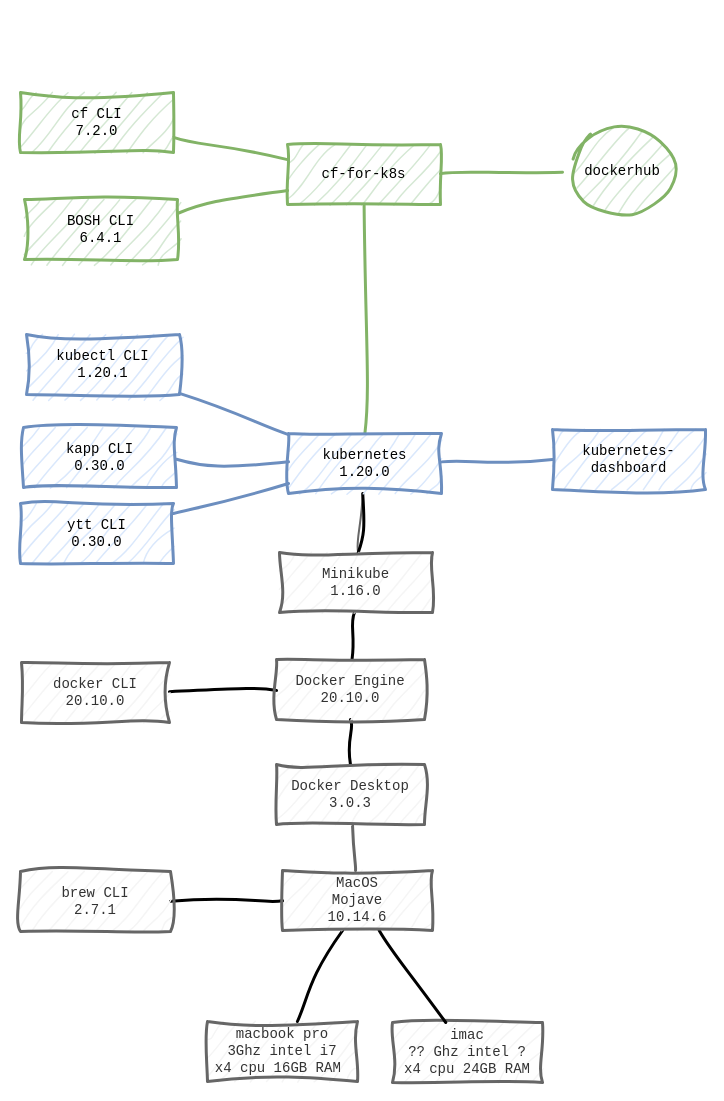
Above: page "STACK" (1 of 2) of docs/diagrams.drawio in pauldougan/cf4k8s-local (draw.io), before the change. Source tidied: cells renumbered, new cells numbered last; positions are measured from the earlier drawing's top-left corner, leaving out a move shared by most shapes. Both pictures are drawn from the tidied source at 100%, with x=0, y=0 at pixel (20, 92).
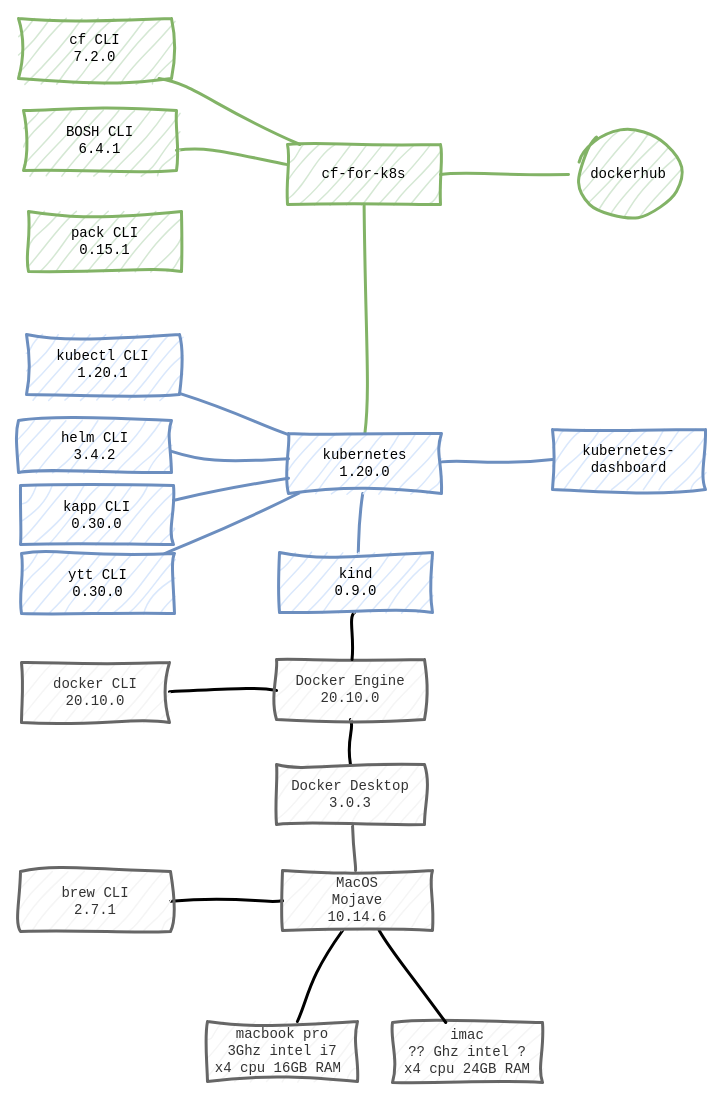
The same diagram, later.

Commit message (it also covers changes not shown here):
add helm and pack

Unchanged cells that the change refers to:
```xml
<mxCell id="16" value="Docker Engine&lt;br&gt;20.10.0" style="rounded=0;whiteSpace=wrap;html=1;sketch=1;jiggle=3;disableMultiStroke=1;disableMultiStrokeFill=1;fontFamily=Courier;strokeWidth=3;fontSize=14;fillColor=#f5f5f5;strokeColor=#666666;fontColor=#333333;" parent="10" vertex="1">
  <mxGeometry x="256" y="567" width="148" height="60" as="geometry" />
</mxCell>
<mxCell id="26" value="kubernetes&lt;br&gt;1.20.0" style="rounded=0;whiteSpace=wrap;html=1;sketch=1;jiggle=3;disableMultiStroke=1;disableMultiStrokeFill=1;fontFamily=Courier;strokeWidth=3;fontSize=14;fillColor=#dae8fc;strokeColor=#6c8ebf;" parent="22" vertex="1">
  <mxGeometry x="268" y="341" width="153" height="60" as="geometry" />
</mxCell>
<mxCell id="38" value="cf-for-k8s" style="rounded=0;whiteSpace=wrap;html=1;sketch=1;jiggle=3;disableMultiStroke=1;disableMultiStrokeFill=1;fontFamily=Courier;strokeWidth=3;fontSize=14;fillColor=#d5e8d4;strokeColor=#82b366;" parent="33" vertex="1">
  <mxGeometry x="267" y="52" width="153" height="60" as="geometry" />
</mxCell>
```

The edit, as a diff of the source:
```diff
@@
-    <mxCell id="12" style="edgeStyle=none;rounded=0;sketch=1;jiggle=3;disableMultiStroke=1;disableMultiStrokeFill=1;jettySize=auto;html=1;endArrow=none;endFill=0;strokeWidth=3;fontFamily=Courier;fontSize=14;" parent="10" edge="1" source="21" target="16">
-      <mxGeometry relative="1" as="geometry" />
-    </mxCell>
@@
-    <mxCell id="18" parent="0" />
-    <mxCell id="19" style="edgeStyle=none;rounded=0;sketch=1;jiggle=3;disableMultiStroke=1;disableMultiStrokeFill=1;jettySize=auto;html=1;endArrow=none;endFill=0;fontFamily=Courier;fontSize=14;strokeWidth=2;fillColor=#f5f5f5;strokeColor=#666666;" parent="18" edge="1" source="21" target="26">
-      <mxGeometry relative="1" as="geometry" />
-    </mxCell>
-    <mxCell id="20" style="edgeStyle=none;rounded=0;sketch=1;jiggle=3;disableMultiStroke=1;disableMultiStrokeFill=1;jettySize=auto;html=1;endArrow=none;endFill=0;strokeWidth=3;fontFamily=Courier;fontSize=14;" parent="18" edge="1" source="21" target="26">
-      <mxGeometry relative="1" as="geometry" />
-    </mxCell>
-    <mxCell id="21" value="Minikube&lt;br&gt;1.16.0" style="rounded=0;whiteSpace=wrap;html=1;sketch=1;jiggle=3;disableMultiStroke=1;disableMultiStrokeFill=1;fontFamily=Courier;strokeWidth=3;fontSize=14;fillColor=#f5f5f5;strokeColor=#666666;fontColor=#333333;" parent="18" vertex="1">
-      <mxGeometry x="259" y="460" width="153" height="60" as="geometry" />
-    </mxCell>
+    <mxCell id="41" parent="0" />
+    <mxCell id="42" style="edgeStyle=none;rounded=0;sketch=1;jiggle=3;disableMultiStroke=1;disableMultiStrokeFill=1;jettySize=auto;html=1;endArrow=none;endFill=0;fontFamily=Courier;fontSize=14;strokeWidth=2;fillColor=#f5f5f5;strokeColor=#666666;" parent="41" edge="1" source="45">
+      <mxGeometry relative="1" as="geometry" />
+    </mxCell>
+    <mxCell id="43" style="edgeStyle=none;rounded=0;sketch=1;jiggle=3;disableMultiStroke=1;disableMultiStrokeFill=1;jettySize=auto;html=1;endArrow=none;endFill=0;strokeWidth=3;fontFamily=Courier;fontSize=14;fillColor=#dae8fc;strokeColor=#6c8ebf;" parent="41" edge="1" source="45" target="26">
+      <mxGeometry relative="1" as="geometry" />
+    </mxCell>
+    <mxCell id="44" style="edgeStyle=none;rounded=0;sketch=1;jiggle=3;disableMultiStroke=1;disableMultiStrokeFill=1;jettySize=auto;html=1;endArrow=none;endFill=0;strokeWidth=3;fontFamily=Courier;fontSize=14;" parent="41" edge="1" source="45" target="16">
+      <mxGeometry relative="1" as="geometry" />
+    </mxCell>
+    <mxCell id="45" value="kind&lt;br&gt;0.9.0" style="rounded=0;whiteSpace=wrap;html=1;sketch=1;jiggle=3;disableMultiStroke=1;disableMultiStrokeFill=1;fontFamily=Courier;strokeWidth=3;fontSize=14;fillColor=#dae8fc;strokeColor=#6c8ebf;" parent="41" vertex="1">
+      <mxGeometry x="259" y="460" width="153" height="60" as="geometry" />
+    </mxCell>
+    <mxCell id="46" style="edgeStyle=none;rounded=0;sketch=1;jiggle=3;disableMultiStroke=1;disableMultiStrokeFill=1;jettySize=auto;html=1;endArrow=none;endFill=0;strokeWidth=3;fontFamily=Courier;fontSize=14;fillColor=#dae8fc;strokeColor=#6c8ebf;" parent="41" edge="1" source="47" target="26">
+      <mxGeometry relative="1" as="geometry" />
+    </mxCell>
@@
     <mxCell id="28" value="ytt CLI&lt;br&gt;0.30.0" style="rounded=0;whiteSpace=wrap;html=1;sketch=1;jiggle=3;disableMultiStroke=1;disableMultiStrokeFill=1;fontFamily=Courier;strokeWidth=3;fontSize=14;fillColor=#dae8fc;strokeColor=#6c8ebf;" parent="22" vertex="1">
-      <mxGeometry y="411" width="153" height="60" as="geometry" />
+      <mxGeometry x="1" y="461" width="153" height="60" as="geometry" />
     </mxCell>
@@
-    <mxCell id="30" value="kapp CLI&lt;br&gt;0.30.0" style="rounded=0;whiteSpace=wrap;html=1;sketch=1;jiggle=3;disableMultiStroke=1;disableMultiStrokeFill=1;fontFamily=Courier;strokeWidth=3;fontSize=14;fillColor=#dae8fc;strokeColor=#6c8ebf;" parent="22" vertex="1">
-      <mxGeometry x="3" y="335" width="153" height="60" as="geometry" />
-    </mxCell>
@@
+    <mxCell id="30" value="helm CLI&lt;br&gt;3.4.2&lt;br&gt;" style="rounded=0;whiteSpace=wrap;html=1;sketch=1;jiggle=3;disableMultiStroke=1;disableMultiStrokeFill=1;fontFamily=Courier;strokeWidth=3;fontSize=14;fillColor=#dae8fc;strokeColor=#6c8ebf;" parent="22" vertex="1">
+      <mxGeometry x="-2" y="328" width="153" height="52" as="geometry" />
+    </mxCell>
+    <mxCell id="47" value="kapp CLI&lt;br&gt;0.30.0" style="rounded=0;whiteSpace=wrap;html=1;sketch=1;jiggle=3;disableMultiStroke=1;disableMultiStrokeFill=1;fontFamily=Courier;strokeWidth=3;fontSize=14;fillColor=#dae8fc;strokeColor=#6c8ebf;" parent="22" vertex="1">
+      <mxGeometry y="393" width="153" height="59" as="geometry" />
+    </mxCell>
@@
-    <mxCell id="35" style="edgeStyle=none;rounded=0;sketch=1;jiggle=3;disableMultiStroke=1;disableMultiStrokeFill=1;jettySize=auto;html=1;endArrow=none;endFill=0;strokeWidth=3;fontFamily=Courier;fontSize=14;fillColor=#d5e8d4;strokeColor=#82b366;" parent="33" edge="1" source="36" target="38">
-      <mxGeometry relative="1" as="geometry" />
-    </mxCell>
-    <mxCell id="36" value="cf CLI&lt;br&gt;7.2.0" style="rounded=0;whiteSpace=wrap;html=1;sketch=1;jiggle=3;disableMultiStroke=1;disableMultiStrokeFill=1;fontFamily=Courier;strokeWidth=3;fontSize=14;fillColor=#d5e8d4;strokeColor=#82b366;" parent="33" vertex="1">
-      <mxGeometry width="153" height="60" as="geometry" />
-    </mxCell>
@@
     <mxCell id="39" value="BOSH CLI&lt;br&gt;6.4.1" style="rounded=0;whiteSpace=wrap;html=1;sketch=1;jiggle=3;disableMultiStroke=1;disableMultiStrokeFill=1;fontFamily=Courier;strokeWidth=3;fontSize=14;fillColor=#d5e8d4;strokeColor=#82b366;" parent="33" vertex="1">
-      <mxGeometry x="4" y="107" width="153" height="60" as="geometry" />
+      <mxGeometry x="3" y="18" width="153" height="60" as="geometry" />
     </mxCell>
     <mxCell id="40" value="dockerhub" style="ellipse;whiteSpace=wrap;html=1;sketch=1;jiggle=3;disableMultiStroke=1;disableMultiStrokeFill=1;strokeWidth=3;fontFamily=Courier;fontSize=14;fillColor=#d5e8d4;strokeColor=#82b366;" parent="33" vertex="1">
-      <mxGeometry x="542" y="39" width="120" height="80" as="geometry" />
+      <mxGeometry x="548" y="42" width="120" height="80" as="geometry" />
     </mxCell>
+    <mxCell id="36" value="pack CLI&lt;br&gt;0.15.1" style="rounded=0;whiteSpace=wrap;html=1;sketch=1;jiggle=3;disableMultiStroke=1;disableMultiStrokeFill=1;fontFamily=Courier;strokeWidth=3;fontSize=14;fillColor=#d5e8d4;strokeColor=#82b366;" parent="33" vertex="1">
+      <mxGeometry x="8" y="119" width="153" height="60" as="geometry" />
+    </mxCell>
+    <mxCell id="48" style="edgeStyle=none;rounded=0;sketch=1;jiggle=3;disableMultiStroke=1;disableMultiStrokeFill=1;jettySize=auto;html=1;endArrow=none;endFill=0;strokeWidth=3;fontFamily=Courier;fontSize=14;fillColor=#d5e8d4;strokeColor=#82b366;" parent="33" edge="1" source="49" target="38">
+      <mxGeometry relative="1" as="geometry" />
+    </mxCell>
+    <mxCell id="49" value="cf CLI&lt;br&gt;7.2.0" style="rounded=0;whiteSpace=wrap;html=1;sketch=1;jiggle=3;disableMultiStroke=1;disableMultiStrokeFill=1;fontFamily=Courier;strokeWidth=3;fontSize=14;fillColor=#d5e8d4;strokeColor=#82b366;" parent="33" vertex="1">
+      <mxGeometry x="-2" y="-74" width="153" height="60" as="geometry" />
+    </mxCell>
```
